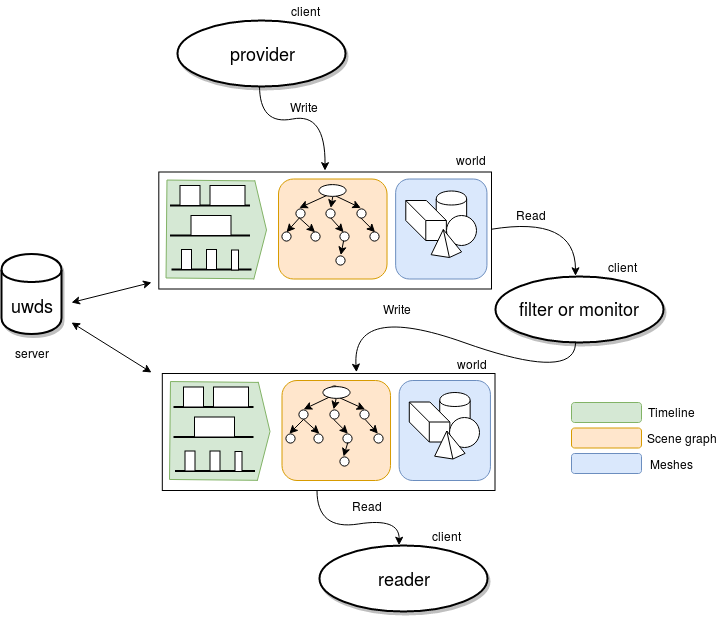
Before: img/uwds_architecture.png, a diagram exported from draw.io (underworlds-robot/uwds). Source tidied: cells renumbered, new cells last; positions are measured from the earlier drawing's top-left corner, leaving out a move shared by most shapes.
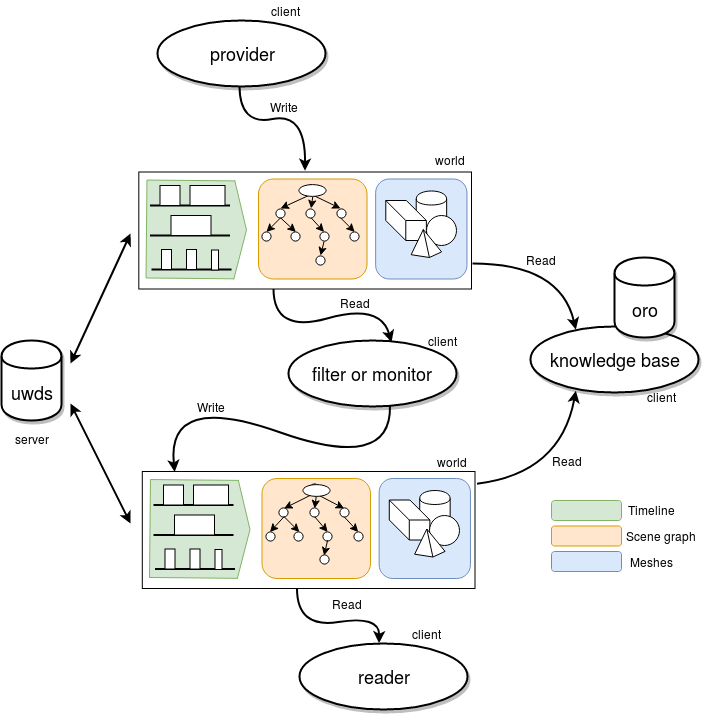
After the change.

Commit message:
:bulb: Update archi figure 	modified:   img/uwds_architecture.png

The edit, as a diff of the source:
```diff
@@ -3,60 +3,46 @@
     <mxCell id="0" />
     <mxCell id="1" parent="0" />
     <mxCell id="2" value="&lt;font style=&quot;font-size: 18px&quot;&gt;uwds&lt;/font&gt;" style="shape=cylinder;whiteSpace=wrap;html=1;boundedLbl=1;backgroundOutline=1;fillColor=#ffffff;strokeColor=#000000;shadow=1;strokeWidth=2;" parent="1" vertex="1">
-      <mxGeometry y="253.5" width="60" height="80" as="geometry" />
+      <mxGeometry x="20" y="242" width="60" height="80" as="geometry" />
     </mxCell>
     <mxCell id="3" value="world" style="text;html=1;strokeColor=none;fillColor=none;align=center;verticalAlign=middle;whiteSpace=wrap;rounded=0;" parent="1" vertex="1">
-      <mxGeometry x="448.5" y="148.5" width="40" height="20" as="geometry" />
+      <mxGeometry x="448.5" y="50.5" width="40" height="20" as="geometry" />
     </mxCell>
-    <mxCell id="4" style="curved=1;endArrow=classic;html=1;exitX=0.5;exitY=1;entryX=0.5;entryY=0;strokeWidth=1;" parent="1" edge="1">
+    <mxCell id="4" style="curved=1;endArrow=classic;html=1;exitX=0.5;exitY=1;entryX=0.5;entryY=0;strokeWidth=2;" parent="1" edge="1">
       <mxGeometry relative="1" as="geometry">
-        <mxPoint x="258" y="85" as="sourcePoint" />
-        <mxPoint x="323.5" y="170.2" as="targetPoint" />
+        <mxPoint x="258" y="-13" as="sourcePoint" />
+        <mxPoint x="323.5" y="72.2" as="targetPoint" />
         <Array as="points">
-          <mxPoint x="258" y="125" />
-          <mxPoint x="324" y="112" />
+          <mxPoint x="258" y="27" />
+          <mxPoint x="324" y="14" />
         </Array>
       </mxGeometry>
     </mxCell>
     <mxCell id="5" value="Write" style="text;html=1;strokeColor=none;fillColor=none;align=center;verticalAlign=middle;whiteSpace=wrap;rounded=0;" parent="1" vertex="1">
-      <mxGeometry x="282" y="96.1" width="40" height="20" as="geometry" />
+      <mxGeometry x="282" y="-1.9" width="40" height="20" as="geometry" />
     </mxCell>
-    <mxCell id="6" style="endArrow=classic;startArrow=classic;html=1;strokeWidth=1;" parent="1" edge="1">
-      <mxGeometry relative="1" as="geometry">
-        <mxPoint x="150" y="282" as="sourcePoint" />
-        <mxPoint x="70" y="302" as="targetPoint" />
-      </mxGeometry>
-    </mxCell>
-    <mxCell id="7" style="endArrow=classic;startArrow=classic;html=1;strokeWidth=1;" parent="1" edge="1">
-      <mxGeometry relative="1" as="geometry">
-        <mxPoint x="150" y="372" as="sourcePoint" />
-        <mxPoint x="70" y="322" as="targetPoint" />
-      </mxGeometry>
-    </mxCell>
-    <mxCell id="8" style="curved=1;endArrow=classic;html=1;entryX=0.5;entryY=0;exitX=0.5;exitY=1;strokeWidth=1;" parent="1" edge="1">
+    <mxCell id="8" style="curved=1;endArrow=classic;html=1;entryX=0.098;entryY=-0.001;exitX=0.602;exitY=0.996;strokeWidth=2;exitDx=0;exitDy=0;exitPerimeter=0;entryDx=0;entryDy=0;entryPerimeter=0;" parent="1" edge="1" source="101" target="25">
       <mxGeometry relative="1" as="geometry">
-        <mxPoint x="574" y="341.2" as="sourcePoint" />
-        <mxPoint x="355" y="371.7" as="targetPoint" />
         <Array as="points">
-          <mxPoint x="575" y="382" />
-          <mxPoint x="350" y="302" />
+          <mxPoint x="410" y="373.5" />
+          <mxPoint x="185" y="293.5" />
         </Array>
       </mxGeometry>
     </mxCell>
-    <mxCell id="9" style="curved=1;endArrow=classic;html=1;exitX=1;exitY=0.5;entryX=0.5;entryY=0;strokeWidth=1;" parent="1" edge="1">
+    <mxCell id="9" style="curved=1;endArrow=classic;html=1;entryX=0.5;entryY=0;strokeWidth=2;exitX=0.404;exitY=0.993;exitDx=0;exitDy=0;exitPerimeter=0;" parent="1" edge="1" source="64">
       <mxGeometry relative="1" as="geometry">
-        <mxPoint x="489.7" y="228.8" as="sourcePoint" />
-        <mxPoint x="574" y="275.3" as="targetPoint" />
+        <mxPoint x="410" y="243.8" as="targetPoint" />
         <Array as="points">
-          <mxPoint x="574" y="215" />
+          <mxPoint x="292" y="235" />
+          <mxPoint x="399" y="205" />
         </Array>
       </mxGeometry>
     </mxCell>
     <mxCell id="10" value="Read" style="text;html=1;strokeColor=none;fillColor=none;align=center;verticalAlign=middle;whiteSpace=wrap;rounded=0;" parent="1" vertex="1">
-      <mxGeometry x="509" y="203.6" width="40" height="20" as="geometry" />
+      <mxGeometry x="353" y="193.6" width="40" height="20" as="geometry" />
     </mxCell>
     <mxCell id="11" value="Write" style="text;html=1;strokeColor=none;fillColor=none;align=center;verticalAlign=middle;whiteSpace=wrap;rounded=0;" parent="1" vertex="1">
-      <mxGeometry x="375" y="298.1" width="40" height="20" as="geometry" />
+      <mxGeometry x="208.5" y="298.1" width="40" height="20" as="geometry" />
     </mxCell>
     <mxCell id="12" value="world" style="text;html=1;strokeColor=none;fillColor=none;align=center;verticalAlign=middle;whiteSpace=wrap;rounded=0;" parent="1" vertex="1">
       <mxGeometry x="450" y="353" width="40" height="20" as="geometry" />
@@ -80,9 +66,9 @@
       <mxGeometry x="649" y="452.5" width="40" height="20" as="geometry" />
     </mxCell>
     <mxCell id="19" value="&lt;font style=&quot;font-size: 18px&quot;&gt;provider&lt;/font&gt;" style="ellipse;whiteSpace=wrap;html=1;fillColor=#ffffff;strokeColor=#000000;shadow=1;strokeWidth=2;" parent="1" vertex="1">
-      <mxGeometry x="176" y="20" width="168" height="66" as="geometry" />
+      <mxGeometry x="176" y="-78" width="168" height="66" as="geometry" />
     </mxCell>
-    <mxCell id="20" style="curved=1;endArrow=classic;html=1;exitX=0.5;exitY=1;entryX=0.5;entryY=0;strokeWidth=1;entryDx=0;entryDy=0;" parent="1" edge="1">
+    <mxCell id="20" style="curved=1;endArrow=classic;html=1;exitX=0.5;exitY=1;entryX=0.5;entryY=0;strokeWidth=2;entryDx=0;entryDy=0;" parent="1" edge="1">
       <mxGeometry relative="1" as="geometry">
         <mxPoint x="315.5" y="490" as="sourcePoint" />
         <mxPoint x="397.5" y="544.7" as="targetPoint" />
@@ -227,7 +213,7 @@
       <mxGeometry x="65.5" y="71" width="7" height="20" as="geometry" />
     </mxCell>
     <mxCell id="61" style="group;" parent="1" vertex="1">
-      <mxGeometry x="164.5" y="178.5" width="325.5" height="110" as="geometry" />
+      <mxGeometry x="164.5" y="80.5" width="325.5" height="110" as="geometry" />
     </mxCell>
     <mxCell id="62" style="group;" parent="61" vertex="1">
       <mxGeometry width="325.5" height="110" as="geometry" />
@@ -358,13 +344,13 @@
       <mxGeometry x="65.5" y="71" width="7" height="20" as="geometry" />
     </mxCell>
     <mxCell id="100" value="client" style="text;html=1;strokeColor=none;fillColor=none;align=center;verticalAlign=middle;whiteSpace=wrap;rounded=0;" parent="1" vertex="1">
-      <mxGeometry x="283" width="40" height="20" as="geometry" />
+      <mxGeometry x="283" y="-98" width="40" height="20" as="geometry" />
     </mxCell>
     <mxCell id="101" value="&lt;font style=&quot;font-size: 18px&quot;&gt;filter or monitor&lt;br&gt;&lt;/font&gt;" style="ellipse;whiteSpace=wrap;html=1;fillColor=#ffffff;strokeColor=#000000;shadow=1;strokeWidth=2;" parent="1" vertex="1">
-      <mxGeometry x="493.5" y="275.5" width="168" height="66" as="geometry" />
+      <mxGeometry x="307" y="242" width="168" height="66" as="geometry" />
     </mxCell>
     <mxCell id="102" value="client" style="text;html=1;strokeColor=none;fillColor=none;align=center;verticalAlign=middle;whiteSpace=wrap;rounded=0;" parent="1" vertex="1">
-      <mxGeometry x="600.5" y="255.5" width="40" height="20" as="geometry" />
+      <mxGeometry x="440" y="232" width="40" height="20" as="geometry" />
     </mxCell>
     <mxCell id="103" value="&lt;font style=&quot;font-size: 18px&quot;&gt;reader&lt;/font&gt;" style="ellipse;whiteSpace=wrap;html=1;fillColor=#ffffff;strokeColor=#000000;shadow=1;strokeWidth=2;" parent="1" vertex="1">
       <mxGeometry x="317.5" y="545" width="168" height="66" as="geometry" />
@@ -373,7 +359,49 @@
       <mxGeometry x="424.5" y="525" width="40" height="20" as="geometry" />
     </mxCell>
     <mxCell id="105" value="server" style="text;html=1;strokeColor=none;fillColor=none;align=center;verticalAlign=middle;whiteSpace=wrap;rounded=0;" parent="1" vertex="1">
-      <mxGeometry x="10" y="341.5" width="40" height="20" as="geometry" />
+      <mxGeometry x="30" y="330" width="40" height="20" as="geometry" />
     </mxCell>
+    <mxCell id="106" value="&lt;div&gt;&lt;font style=&quot;font-size: 18px&quot;&gt;knowledge base&lt;/font&gt;&lt;/div&gt;" style="ellipse;whiteSpace=wrap;html=1;fillColor=#ffffff;strokeColor=#000000;shadow=1;strokeWidth=2;" parent="1" vertex="1">
+      <mxGeometry x="549" y="227.5" width="168" height="66" as="geometry" />
+    </mxCell>
+    <mxCell id="107" value="client" style="text;html=1;strokeColor=none;fillColor=none;align=center;verticalAlign=middle;whiteSpace=wrap;rounded=0;" parent="1" vertex="1">
+      <mxGeometry x="659.5" y="288" width="40" height="20" as="geometry" />
+    </mxCell>
+    <mxCell id="108" value="&lt;font style=&quot;font-size: 18px&quot;&gt;oro&lt;/font&gt;" style="shape=cylinder;whiteSpace=wrap;html=1;boundedLbl=1;backgroundOutline=1;fillColor=#ffffff;strokeColor=#000000;shadow=1;strokeWidth=2;" parent="1" vertex="1">
+      <mxGeometry x="633" y="159" width="60" height="80" as="geometry" />
+    </mxCell>
+    <mxCell id="109" style="curved=1;endArrow=classic;html=1;entryX=0.269;entryY=0.056;strokeWidth=2;entryDx=0;entryDy=0;entryPerimeter=0;" parent="1" edge="1" target="106">
+      <mxGeometry relative="1" as="geometry">
+        <mxPoint x="491" y="165" as="sourcePoint" />
+        <Array as="points">
+          <mxPoint x="579" y="165" />
+        </Array>
+      </mxGeometry>
+    </mxCell>
+    <mxCell id="110" style="curved=1;endArrow=classic;html=1;entryX=0.269;entryY=0.99;strokeWidth=2;entryDx=0;entryDy=0;entryPerimeter=0;exitX=1.007;exitY=0.105;exitDx=0;exitDy=0;exitPerimeter=0;" parent="1" edge="1" source="25" target="106">
+      <mxGeometry relative="1" as="geometry">
+        <Array as="points">
+          <mxPoint x="579" y="375" />
+        </Array>
+      </mxGeometry>
+    </mxCell>
+    <mxCell id="111" value="Read" style="text;html=1;strokeColor=none;fillColor=none;align=center;verticalAlign=middle;whiteSpace=wrap;rounded=0;" parent="1" vertex="1">
+      <mxGeometry x="539" y="151.1" width="40" height="20" as="geometry" />
+    </mxCell>
+    <mxCell id="112" value="Read" style="text;html=1;strokeColor=none;fillColor=none;align=center;verticalAlign=middle;whiteSpace=wrap;rounded=0;" parent="1" vertex="1">
+      <mxGeometry x="565" y="351.6" width="40" height="20" as="geometry" />
+    </mxCell>
+    <mxCell id="113" style="endArrow=classic;html=1;startArrow=classic;startFill=1;strokeWidth=2;" parent="1" edge="1">
+      <mxGeometry relative="1" as="geometry">
+        <mxPoint x="149" y="425" as="sourcePoint" />
+        <mxPoint x="89" y="305" as="targetPoint" />
+      </mxGeometry>
+    </mxCell>
+    <mxCell id="114" style="endArrow=classic;html=1;startArrow=classic;startFill=1;strokeWidth=2;" parent="1" edge="1">
+      <mxGeometry relative="1" as="geometry">
+        <mxPoint x="149" y="135" as="sourcePoint" />
+        <mxPoint x="89" y="265" as="targetPoint" />
+      </mxGeometry>
+    </mxCell>
   </root>
 </mxGraphModel>
```
